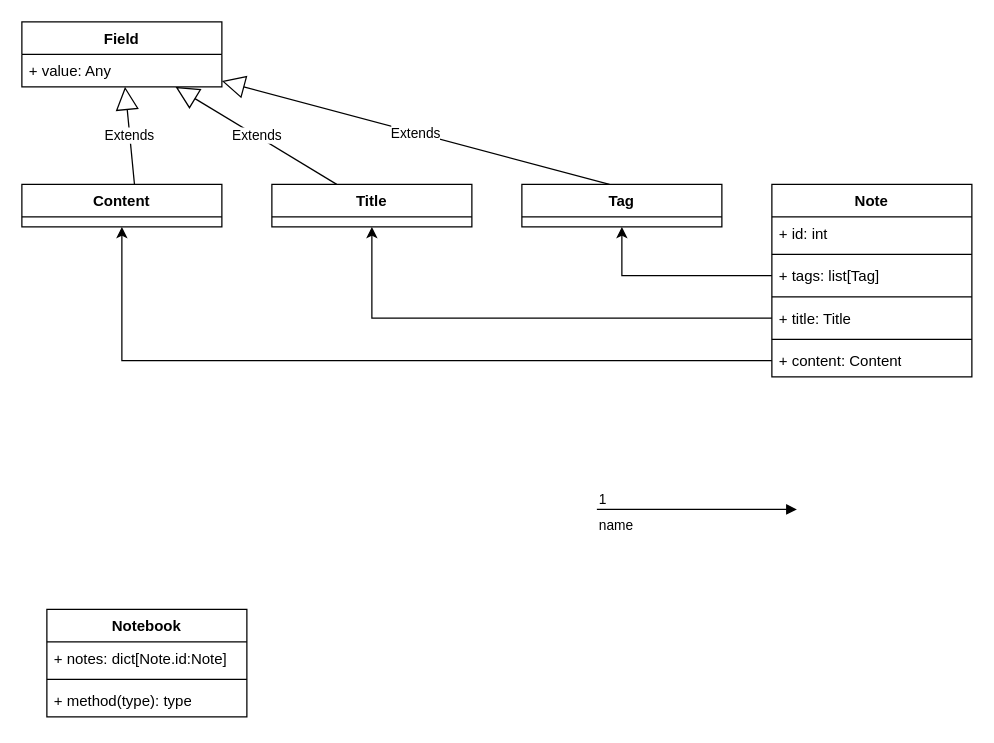
This is The S.O.F.T.drawio from oleverse/uml, a draw.io file, before an edit. Source tidied: cells renumbered, new cells numbered last; positions are measured from the earlier drawing's top-left corner, leaving out a move shared by most shapes. Both pictures are drawn from the tidied source at 125%, with x=0, y=0 at pixel (21, 21).
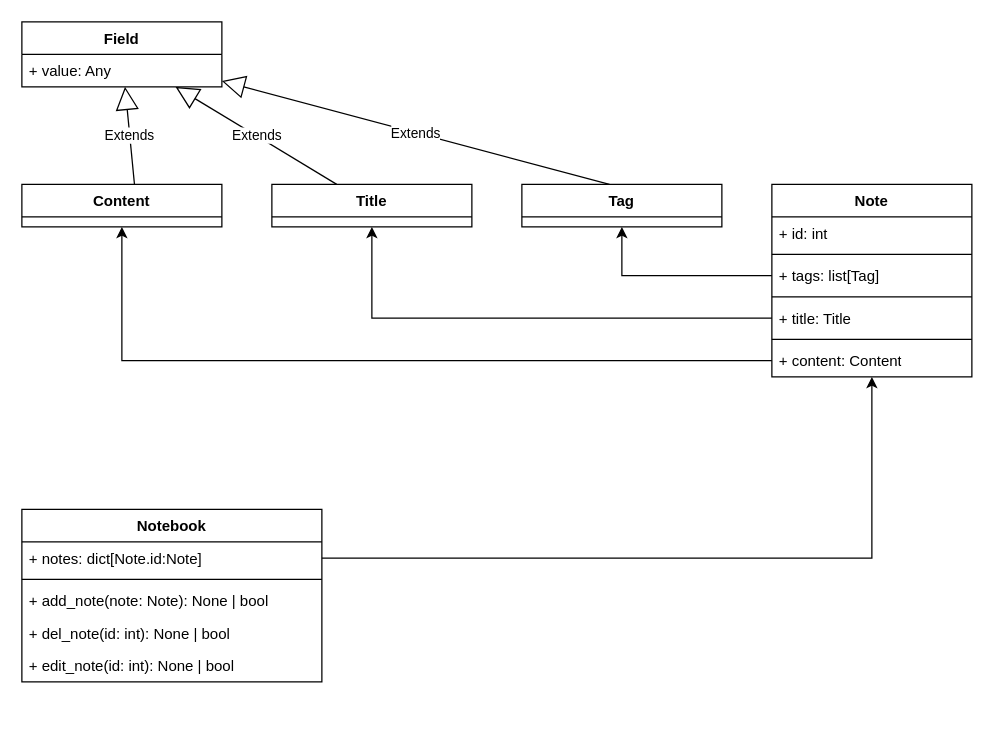
The same page after the edit.

The change refers to these unchanged cells:
```xml
<mxCell id="2" value="Note" style="swimlane;fontStyle=1;align=center;verticalAlign=top;horizontal=1;startSize=26;whiteSpace=wrap;html=1;" parent="1" vertex="1">
  <mxGeometry x="600" y="130" width="160" height="154" as="geometry" />
</mxCell>
<mxCell id="5" value="&lt;div&gt;+ tags: list[Tag]&lt;/div&gt;" style="text;strokeColor=none;fillColor=none;align=left;verticalAlign=top;spacingLeft=4;spacingRight=4;overflow=hidden;points=[[0,0.5],[1,0.5]];portConstraint=eastwest;whiteSpace=wrap;html=1;" parent="2" vertex="1">
  <mxGeometry y="60" width="160" height="26" as="geometry" />
</mxCell>
<mxCell id="14" value="Tag" style="swimlane;fontStyle=1;align=center;verticalAlign=top;horizontal=1;startSize=26;whiteSpace=wrap;html=1;" parent="1" vertex="1">
  <mxGeometry x="400" y="130" width="160" height="34" as="geometry" />
</mxCell>
```

The edit, as a diff of the source:
```diff
@@
     <mxCell id="10" value="&lt;div&gt;Notebook&lt;/div&gt;" style="swimlane;fontStyle=1;align=center;verticalAlign=top;horizontal=1;startSize=26;whiteSpace=wrap;html=1;" parent="1" vertex="1">
-      <mxGeometry x="20" y="470" width="160" height="86" as="geometry" />
+      <mxGeometry y="390" width="240" height="138" as="geometry" />
     </mxCell>
     <mxCell id="11" value="+ notes: dict[Note.id:Note]" style="text;strokeColor=none;fillColor=none;align=left;verticalAlign=top;spacingLeft=4;spacingRight=4;overflow=hidden;points=[[0,0.5],[1,0.5]];portConstraint=eastwest;whiteSpace=wrap;html=1;" parent="10" vertex="1">
-      <mxGeometry y="26" width="160" height="26" as="geometry" />
+      <mxGeometry y="26" width="240" height="26" as="geometry" />
     </mxCell>
     <mxCell id="12" style="line;strokeWidth=1;fillColor=none;align=left;verticalAlign=middle;spacingTop=-1;spacingLeft=3;spacingRight=3;labelPosition=right;strokeColor=inherit;" parent="10" vertex="1">
-      <mxGeometry y="52" width="160" height="8" as="geometry" />
+      <mxGeometry y="52" width="240" height="8" as="geometry" />
     </mxCell>
+    <mxCell id="27" value="+ add_note(note: Note): None | bool" style="text;strokeColor=none;fillColor=none;align=left;verticalAlign=top;spacingLeft=4;spacingRight=4;overflow=hidden;whiteSpace=wrap;html=1;" parent="10" vertex="1">
+      <mxGeometry y="60" width="240" height="26" as="geometry" />
+    </mxCell>
+    <mxCell id="28" value="+ del_note(id: int): None | bool" style="text;strokeColor=none;fillColor=none;align=left;verticalAlign=top;spacingLeft=4;spacingRight=4;overflow=hidden;whiteSpace=wrap;html=1;" parent="10" vertex="1">
+      <mxGeometry y="86" width="240" height="26" as="geometry" />
+    </mxCell>
-    <mxCell id="13" value="+ method(type): type" style="text;strokeColor=none;fillColor=none;align=left;verticalAlign=top;spacingLeft=4;spacingRight=4;overflow=hidden;whiteSpace=wrap;html=1;" parent="10" vertex="1">
-      <mxGeometry y="60" width="160" height="26" as="geometry" />
+    <mxCell id="13" value="+ edit_note(id: int): None | bool" style="text;strokeColor=none;fillColor=none;align=left;verticalAlign=top;spacingLeft=4;spacingRight=4;overflow=hidden;whiteSpace=wrap;html=1;" parent="10" vertex="1">
+      <mxGeometry y="112" width="240" height="26" as="geometry" />
     </mxCell>
@@
-    <mxCell id="22" style="edgeStyle=orthogonalEdgeStyle;rounded=0;jettySize=auto;html=1;exitX=0;exitY=0.5;exitDx=0;exitDy=0;" parent="1" edge="1" source="5" target="14">
+    <mxCell id="22" style="edgeStyle=orthogonalEdgeStyle;rounded=0;jettySize=auto;html=1;exitX=0;exitY=0.5;exitDx=0;exitDy=0;anchorPointDirection=1;" parent="1" edge="1" source="5" target="14">
       <mxGeometry relative="1" as="geometry" />
     </mxCell>
@@
-    <mxCell id="25" value="name" style="endArrow=block;endFill=1;html=1;edgeStyle=orthogonalEdgeStyle;align=left;verticalAlign=top;rounded=0;" parent="1" edge="1">
-      <mxGeometry x="-1" relative="1" as="geometry">
-        <mxPoint x="460" y="390" as="sourcePoint" />
-        <mxPoint x="620" y="390" as="targetPoint" />
-      </mxGeometry>
-    </mxCell>
-    <mxCell id="26" value="1" style="edgeLabel;html=1;align=left;verticalAlign=bottom;" parent="25" vertex="1">
-      <mxGeometry x="-1" relative="1" as="geometry" />
-    </mxCell>
+    <mxCell id="29" style="edgeStyle=orthogonalEdgeStyle;rounded=0;jettySize=auto;html=1;exitX=1;exitY=0.5;exitDx=0;exitDy=0;" parent="1" edge="1" source="11" target="2">
+      <mxGeometry relative="1" as="geometry" />
+    </mxCell>
```
